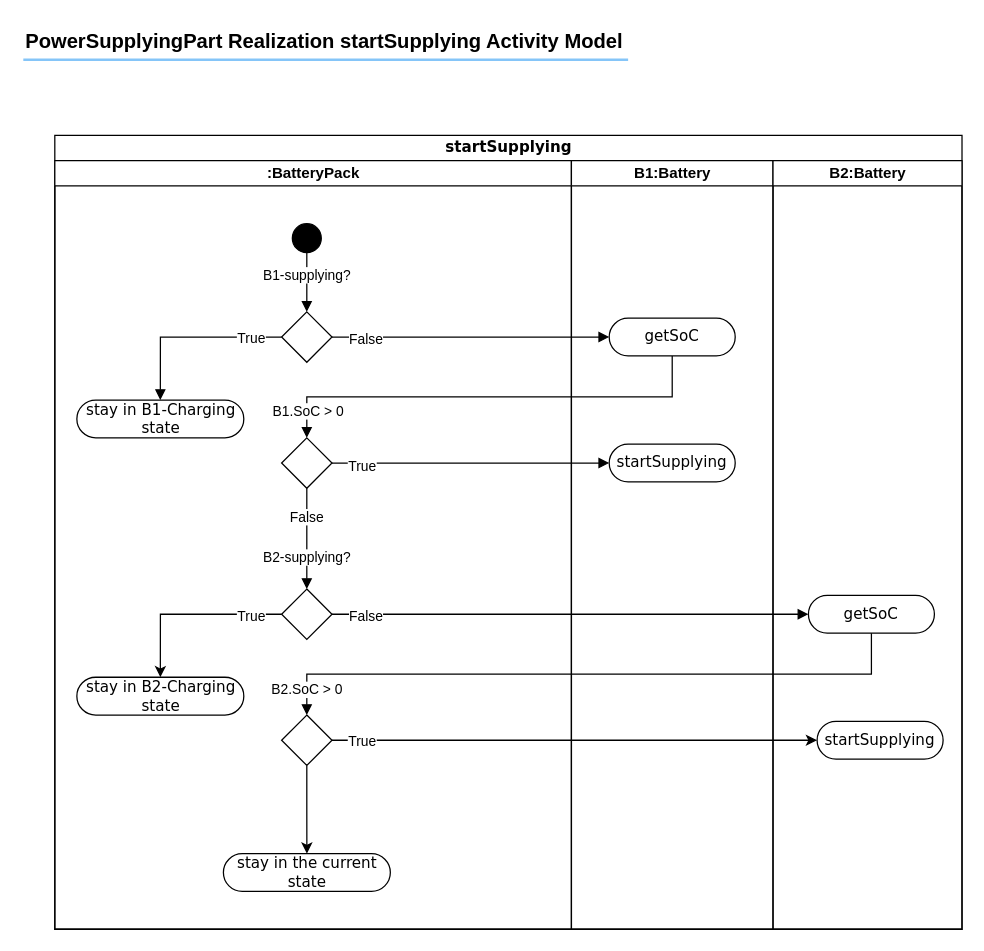
Earlier version of the draw.io diagram version/4/KobrA_Realization-Activity-Model_PowerSupplyingParty-startSupplying.drawio (Mohammad-Si/convide-A02-MVE). Source tidied: cells renumbered, new cells numbered last; positions are measured from the earlier drawing's top-left corner, leaving out a move shared by most shapes. Both pictures are drawn from the tidied source at 126%, with x=0, y=0 at pixel (23, 21).
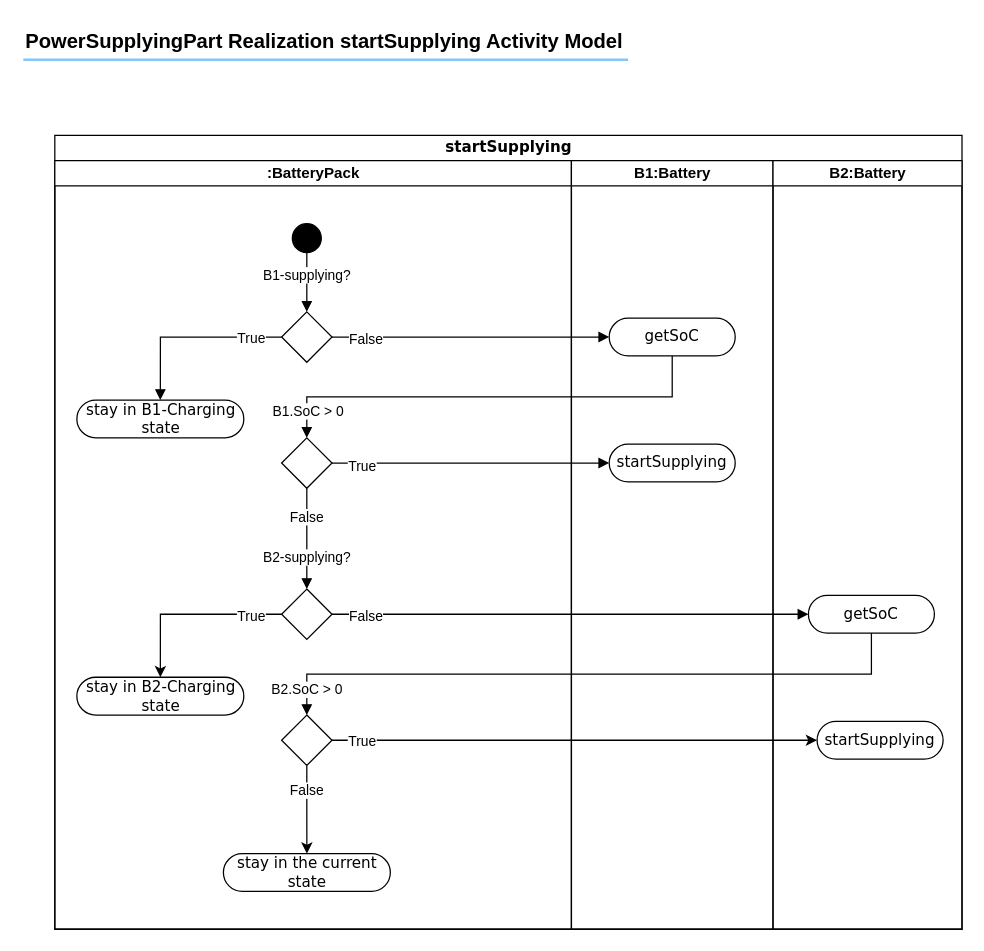
The same diagram, later.

The change refers to these unchanged cells:
```xml
<mxCell id="20" style="edgeStyle=orthogonalEdgeStyle;rounded=0;jettySize=auto;html=1;entryX=0.5;entryY=0;entryDx=0;entryDy=0;" parent="5" edge="1" source="21" target="23">
  <mxGeometry relative="1" as="geometry" />
</mxCell>
```

The edit, as a diff of the source:
```diff
@@
+    <mxCell id="42" value="False" style="edgeLabel;html=1;align=center;verticalAlign=middle;" parent="20" vertex="1">
+      <mxGeometry x="-0.47" y="-1" relative="1" as="geometry" />
+    </mxCell>
```
